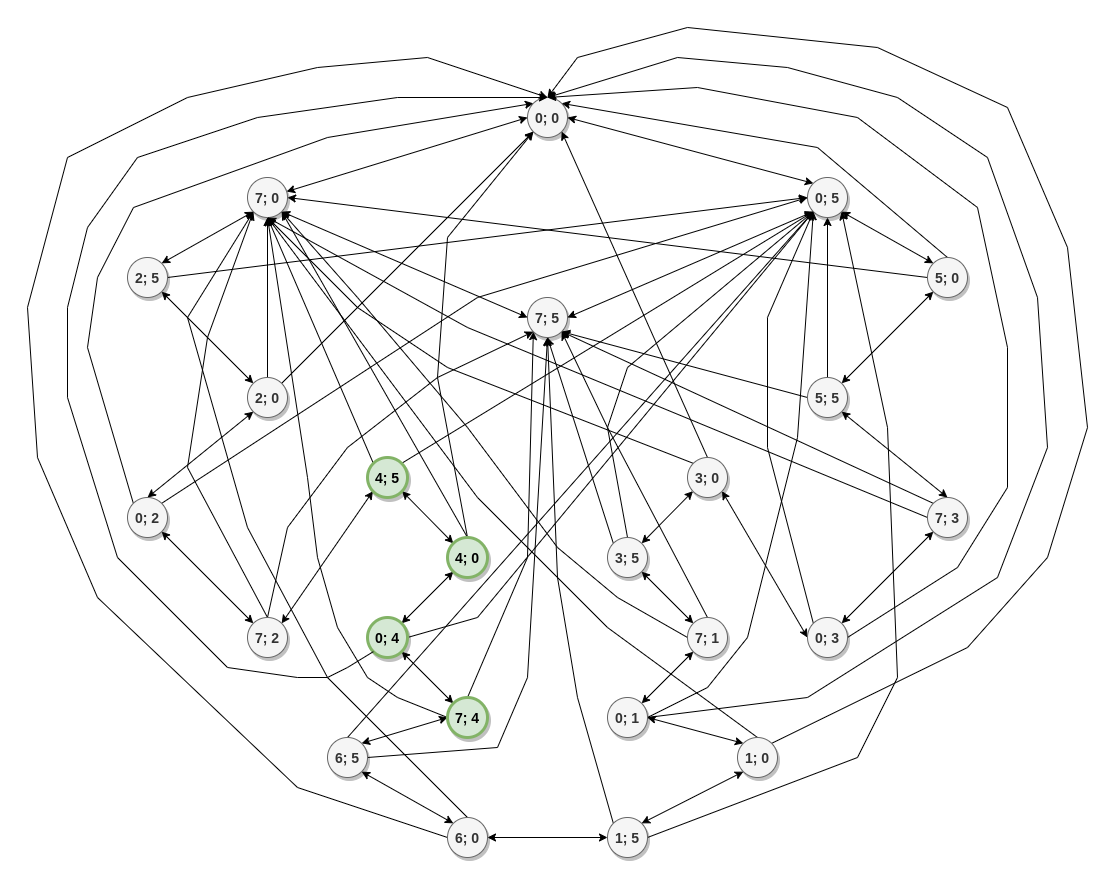
Before: potes/grafo.png, a diagram exported from draw.io (lucas95santos/trab1-alg-busca). Source tidied: cells renumbered, new cells last; positions are measured from the earlier drawing's top-left corner, leaving out a move shared by most shapes.
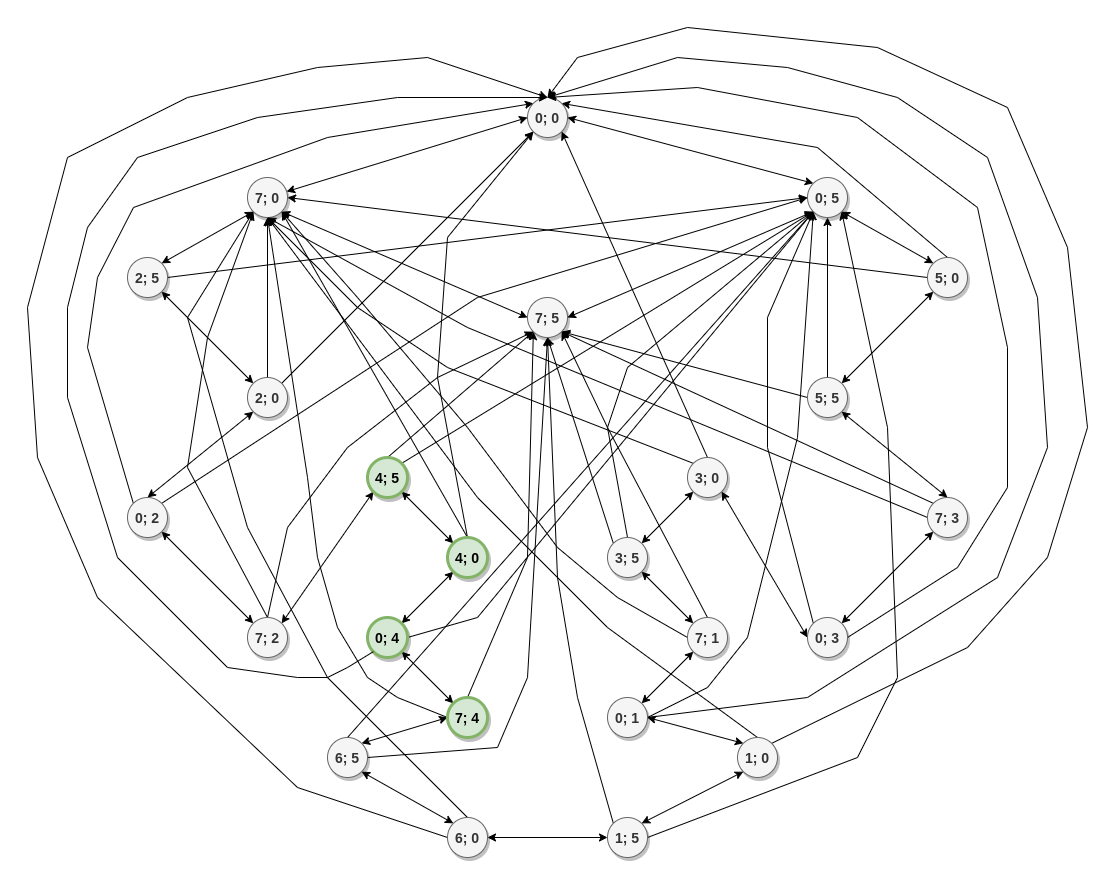
Later version of the same file.

The edit, as a diff of the source:
```diff
@@ -178,7 +178,7 @@
     <mxCell id="44" style="edgeStyle=none;rounded=0;jettySize=auto;html=1;exitX=1;exitY=0;exitDx=0;exitDy=0;entryX=0;entryY=1;entryDx=0;entryDy=0;startArrow=none;startFill=0;endArrow=classic;endFill=1;strokeColor=#000000;" parent="1" edge="1" source="46" target="7">
       <mxGeometry relative="1" as="geometry" />
     </mxCell>
-    <mxCell id="45" style="edgeStyle=none;rounded=0;jettySize=auto;html=1;exitX=0;exitY=0;exitDx=0;exitDy=0;entryX=0.5;entryY=1;entryDx=0;entryDy=0;startArrow=none;startFill=0;endArrow=classic;endFill=1;strokeColor=#000000;" parent="1" edge="1" source="46" target="10">
+    <mxCell id="45" style="edgeStyle=none;rounded=0;jettySize=auto;html=1;exitX=0.5;exitY=0;exitDx=0;exitDy=0;entryX=0;entryY=1;entryDx=0;entryDy=0;startArrow=none;startFill=0;endArrow=classic;endFill=1;strokeColor=#000000;" parent="1" edge="1" source="46" target="14">
       <mxGeometry relative="1" as="geometry" />
     </mxCell>
     <mxCell id="46" value="&lt;h3&gt;&lt;font face=&quot;Helvetica&quot;&gt;4; 5&lt;/font&gt;&lt;/h3&gt;" style="ellipse;whiteSpace=wrap;html=1;rounded=0;shadow=1;comic=0;labelBackgroundColor=none;strokeWidth=3;fontFamily=Verdana;fontSize=12;align=center;fillColor=#d5e8d4;strokeColor=#82b366;" parent="1" vertex="1">
```
